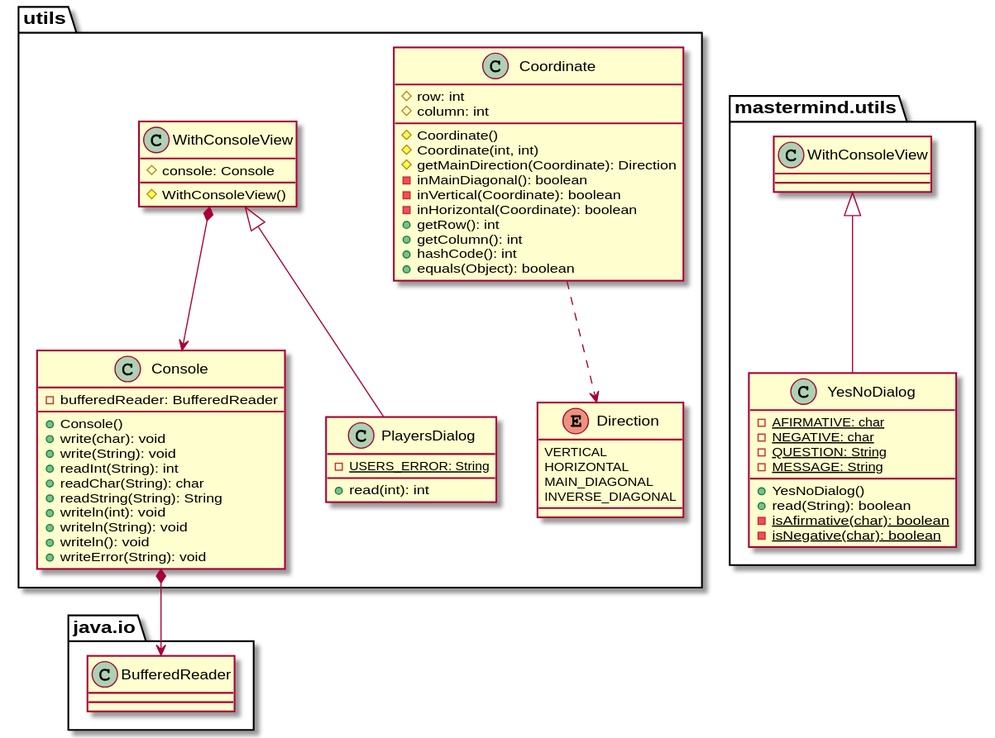
Earlier version of the PlantUML export documentView/console/docs/diagrams/out/paquetes/tictactoe.utils.svg (Jolucaa/USantaTecla-project-ticTacToe). The source it was exported from:
```plantuml
@startuml
class  utils.Console{
- bufferedReader: BufferedReader
+ Console()
+ write(char): void
+ write(String): void
+ readInt(String): int
+ readChar(String): char
+ readString(String): String
+ writeln(int): void
+ writeln(String): void
+ writeln(): void
+ writeError(String): void
}
utils.Console *-down-> java.io.BufferedReader

class  utils.Coordinate{
# row: int
# column: int
# Coordinate()
# Coordinate(int, int)
# getMainDirection(Coordinate): Direction
- inMainDiagonal(): boolean
- inVertical(Coordinate): boolean
- inHorizontal(Coordinate): boolean
+ getRow(): int
+ getColumn(): int
+ hashCode(): int
+ equals(Object): boolean
}
utils.Coordinate ..> utils.Direction

enum  utils.Direction{
  VERTICAL
  HORIZONTAL
  MAIN_DIAGONAL
  INVERSE_DIAGONAL
}

class  utils.PlayersDialog{
- {static} USERS_ERROR: String
+ read(int): int
}
utils.WithConsoleView <|-down- utils.PlayersDialog

class  utils.WithConsoleView{
# console: Console
# WithConsoleView()
}
utils.WithConsoleView *-down-> utils.Console

class  mastermind.utils.YesNoDialog{
- {static} AFIRMATIVE: char
- {static} NEGATIVE: char
- {static} QUESTION: String
- {static} MESSAGE: String
+ YesNoDialog()
+ read(String): boolean
- {static} isAfirmative(char): boolean
- {static} isNegative(char): boolean
}
mastermind.utils.WithConsoleView <|-down- mastermind.utils.YesNoDialog
@enduml
```
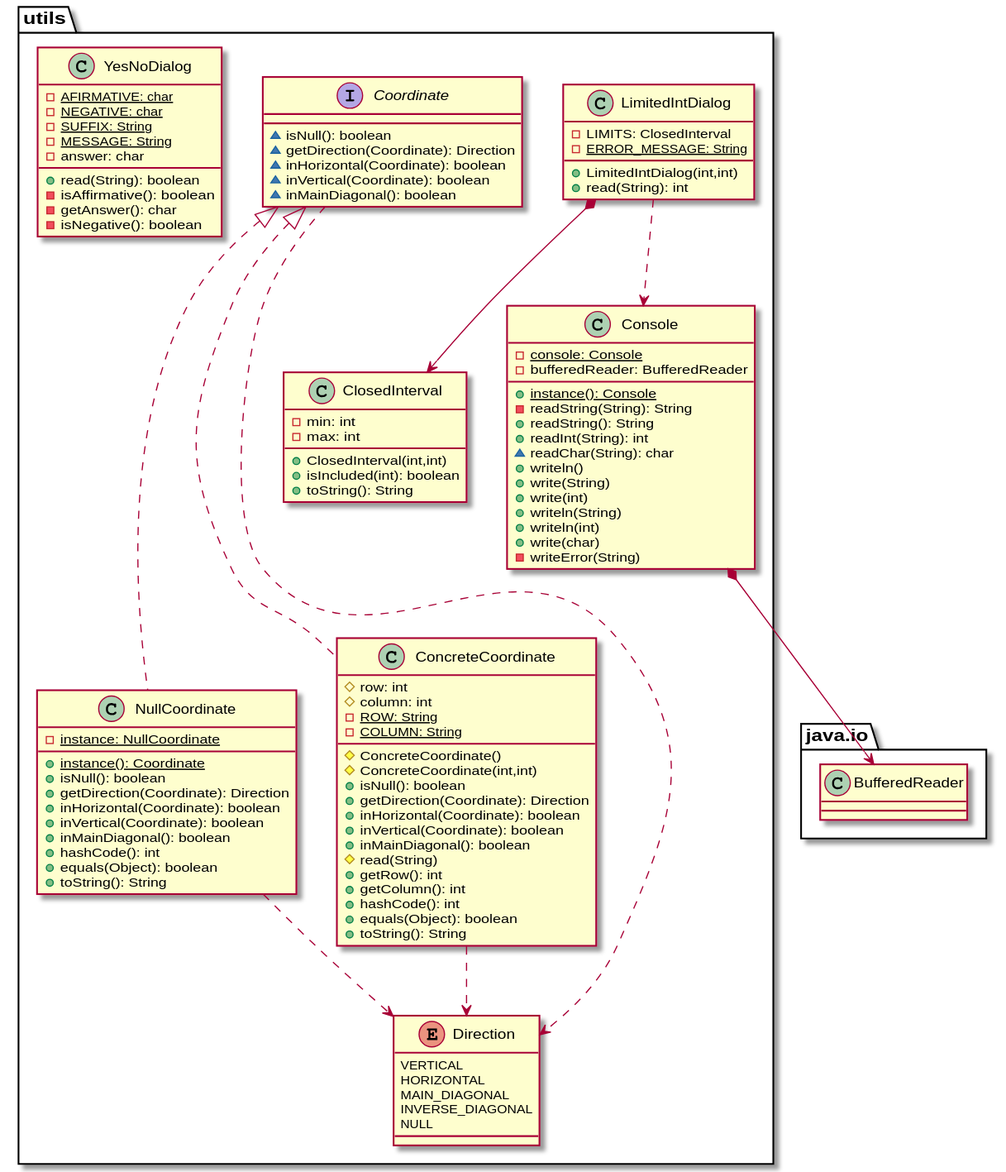
After the change.

Change to the diagram source:
```diff
@@ -1,32 +1,59 @@
 @startuml
-class  utils.Console{
-- bufferedReader: BufferedReader
-+ Console()
-+ write(char): void
-+ write(String): void
-+ readInt(String): int
-+ readChar(String): char
-+ readString(String): String
-+ writeln(int): void
-+ writeln(String): void
-+ writeln(): void
-+ writeError(String): void
+class  utils.ClosedInterval{
+- min: int
+- max: int
++ ClosedInterval(int,int)
++ isIncluded(int): boolean
++ toString(): String
 }
-utils.Console *-down-> java.io.BufferedReader
 
-class  utils.Coordinate{
+class  utils.ConcreteCoordinate{
 # row: int
 # column: int
-# Coordinate()
-# Coordinate(int, int)
-# getMainDirection(Coordinate): Direction
-- inMainDiagonal(): boolean
-- inVertical(Coordinate): boolean
-- inHorizontal(Coordinate): boolean
+- {static} ROW: String
+- {static} COLUMN: String
+# ConcreteCoordinate()
+# ConcreteCoordinate(int,int)
++ isNull(): boolean
++ getDirection(Coordinate): Direction
++ inHorizontal(Coordinate): boolean
++ inVertical(Coordinate): boolean
++ inMainDiagonal(): boolean
+# read(String)
 + getRow(): int
 + getColumn(): int
 + hashCode(): int
 + equals(Object): boolean
++ toString(): String
+}
+
+utils.Coordinate <|..down- utils.ConcreteCoordinate
+utils.ConcreteCoordinate ..> utils.Direction
+
+class  utils.Console{
+- {static} console: Console
+- bufferedReader: BufferedReader
++ {static} instance(): Console
+- readString(String): String
++ readString(): String
++ readInt(String): int
+~ readChar(String): char
++ writeln()
++ write(String)
++ write(int)
++ writeln(String)
++ writeln(int)
++ write(char)
+- writeError(String)
+}
+utils.Console *-down-> java.io.BufferedReader
+
+interface  utils.Coordinate{
+~ isNull(): boolean
+~ getDirection(Coordinate): Direction
+~ inHorizontal(Coordinate): boolean
+~ inVertical(Coordinate): boolean
+~ inMainDiagonal(): boolean
 }
 utils.Coordinate ..> utils.Direction
 
@@ -35,29 +62,43 @@
   HORIZONTAL
   MAIN_DIAGONAL
   INVERSE_DIAGONAL
+  NULL
 }
 
-class  utils.PlayersDialog{
-- {static} USERS_ERROR: String
-+ read(int): int
+class  utils.LimitedIntDialog{
+- LIMITS: ClosedInterval
+- {static} ERROR_MESSAGE: String
++ LimitedIntDialog(int,int)
++ read(String): int
 }
-utils.WithConsoleView <|-down- utils.PlayersDialog
 
-class  utils.WithConsoleView{
-# console: Console
-# WithConsoleView()
+utils.LimitedIntDialog *-down-> utils.ClosedInterval
+utils.LimitedIntDialog ..> utils.Console
+
+class  utils.NullCoordinate{
+- {static} instance: NullCoordinate
++ {static} instance(): Coordinate
++ isNull(): boolean
++ getDirection(Coordinate): Direction
++ inHorizontal(Coordinate): boolean
++ inVertical(Coordinate): boolean
++ inMainDiagonal(): boolean
++ hashCode(): int
++ equals(Object): boolean
++ toString(): String
 }
-utils.WithConsoleView *-down-> utils.Console
+utils.Coordinate <|..down- utils.NullCoordinate
+utils.NullCoordinate ..> utils.Direction
 
-class  mastermind.utils.YesNoDialog{
+class  utils.YesNoDialog{
 - {static} AFIRMATIVE: char
 - {static} NEGATIVE: char
-- {static} QUESTION: String
+- {static} SUFFIX: String
 - {static} MESSAGE: String
-+ YesNoDialog()
+- answer: char
 + read(String): boolean
-- {static} isAfirmative(char): boolean
-- {static} isNegative(char): boolean
+- isAffirmative(): boolean
+- getAnswer(): char
+- isNegative(): boolean
 }
-mastermind.utils.WithConsoleView <|-down- mastermind.utils.YesNoDialog
 @enduml
```
